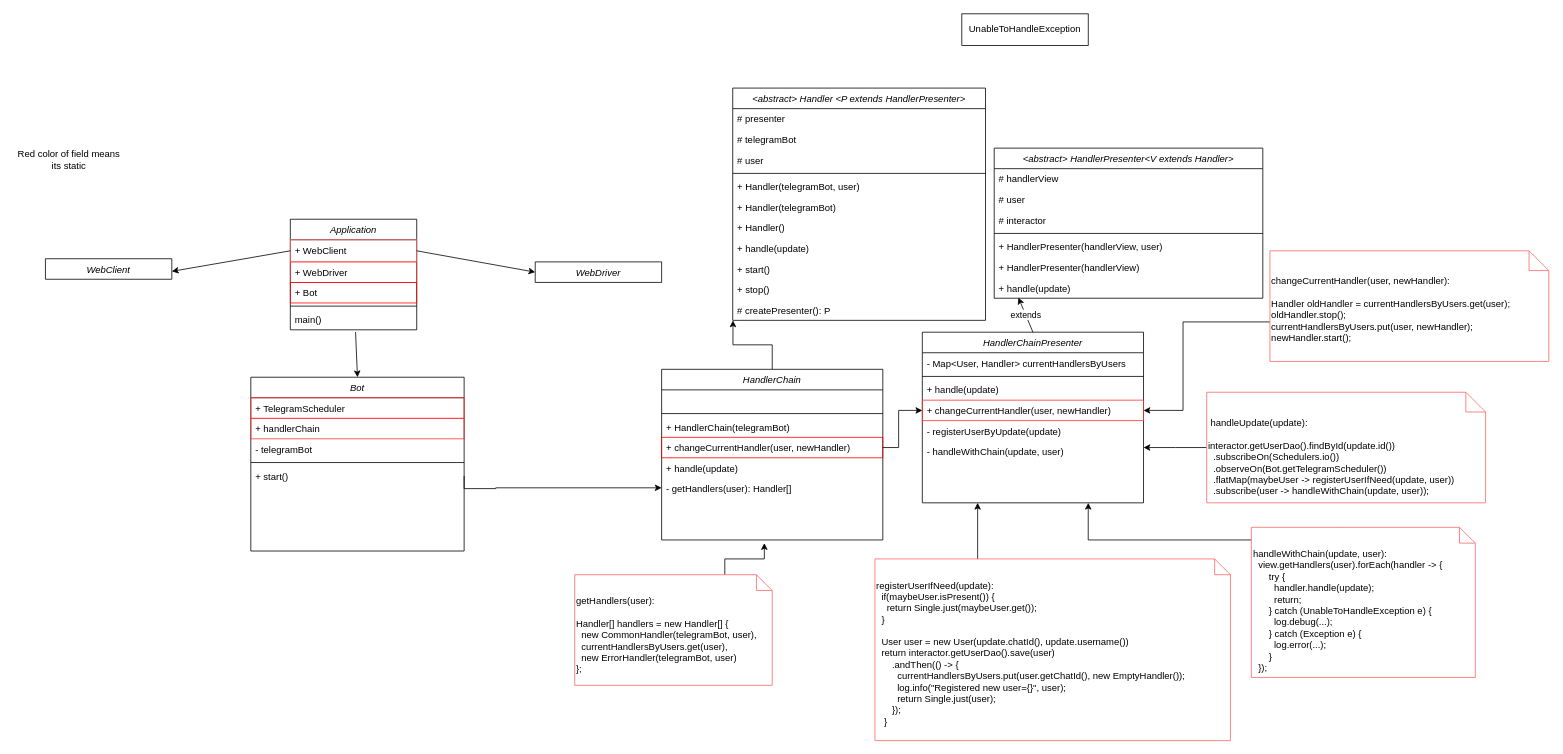
Before: HWBot.drawio in granlovestea/HWBot, a draw.io diagram. Source tidied: cells renumbered, new cells numbered last; positions are measured from the earlier drawing's top-left corner, leaving out a move shared by most shapes. Both pictures are drawn from the tidied source at 79%, with x=0, y=0 at pixel (13, 13).
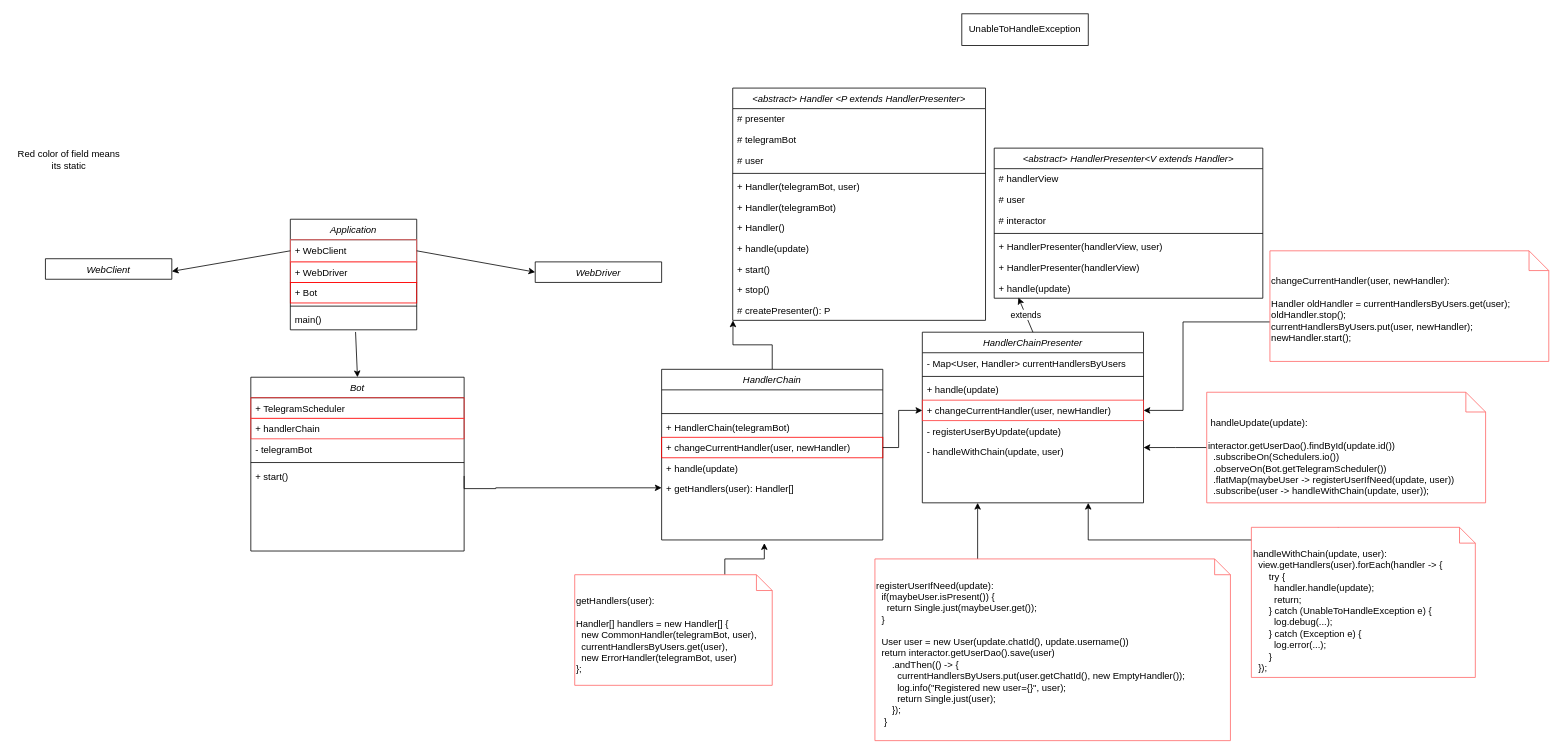
Above is the later version.

The change refers to these unchanged cells:
```xml
<mxCell id="35" value="HandlerChain" style="swimlane;fontStyle=2;align=center;verticalAlign=top;horizontal=1;startSize=26;rounded=0;shadow=0;strokeWidth=1;" parent="1" vertex="1">
  <mxGeometry x="820" y="450" width="280" height="216" as="geometry" />
</mxCell>
```

Diff of the diagram source:
```diff
@@
-    <mxCell id="41" value="- getHandlers(user): Handler[]" style="text;align=left;verticalAlign=top;spacingLeft=4;spacingRight=4;overflow=hidden;" parent="35" vertex="1">
+    <mxCell id="41" value="+ getHandlers(user): Handler[]" style="text;align=left;verticalAlign=top;spacingLeft=4;spacingRight=4;overflow=hidden;" parent="35" vertex="1">
       <mxGeometry y="138" width="280" height="26" as="geometry" />
     </mxCell>
```
